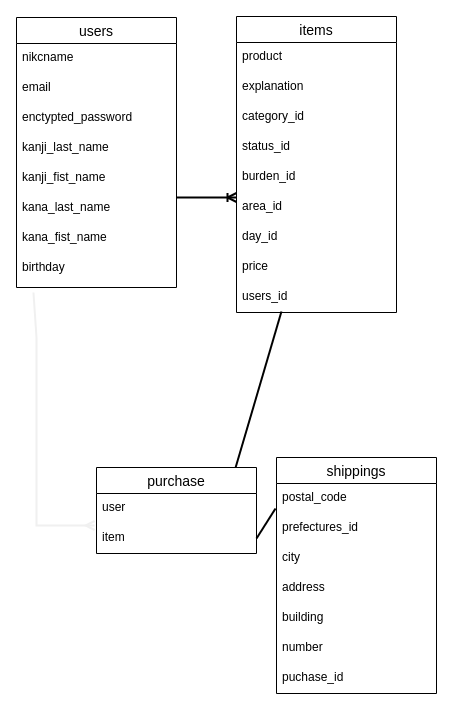
Before: ER .dio in kaneki-makoto/furima-35001, a draw.io diagram. Source tidied: cells renumbered, new cells numbered last; positions are measured from the earlier drawing's top-left corner, leaving out a move shared by most shapes. Both pictures are drawn from the tidied source at 100%, with x=0, y=0 at pixel (16, 16).
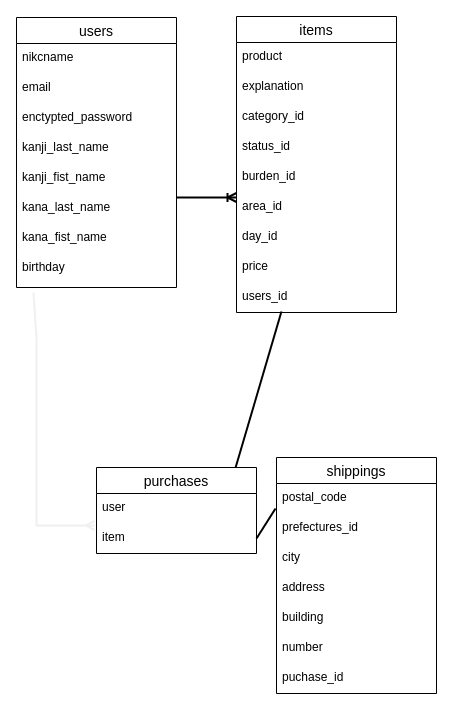
After the change.

What changed in the source:
```diff
@@
-    <mxCell id="23" value="purchase" style="swimlane;fontStyle=0;horizontal=1;startSize=26;align=center;fontSize=14;" parent="1" vertex="1">
+    <mxCell id="23" value="purchases" style="swimlane;fontStyle=0;horizontal=1;startSize=26;align=center;fontSize=14;" parent="1" vertex="1">
       <mxGeometry x="80" y="451" width="160" height="86" as="geometry" />
     </mxCell>
```
